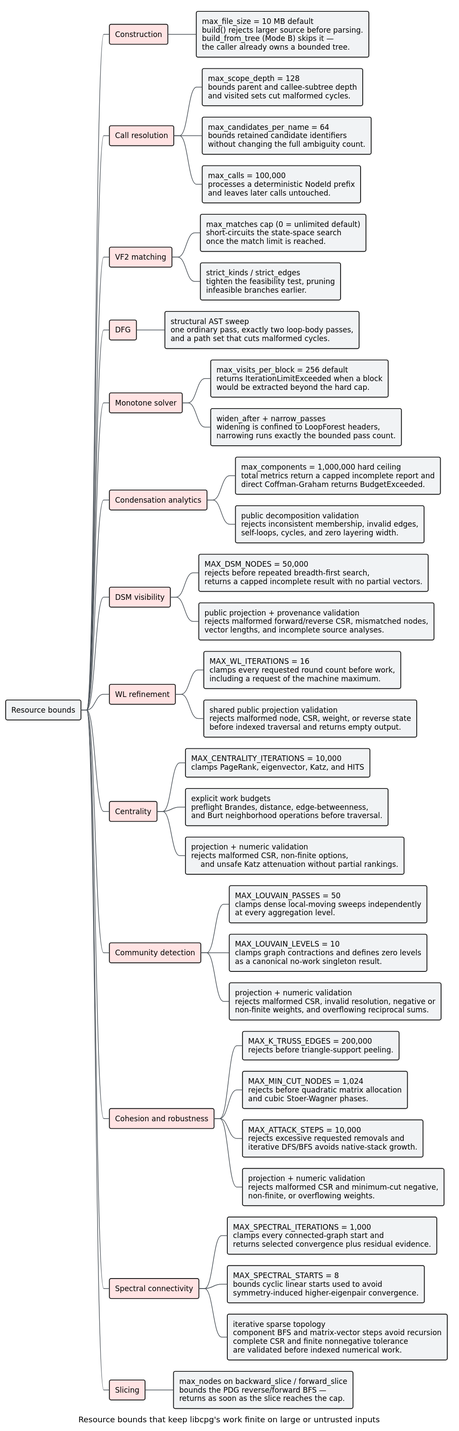
This is docs/diagrams/resource-bounds.svg from vinary-tree/libcpg, a PlantUML export, as it was before one commit. Its source is kept beside it as docs/diagrams/resource-bounds.puml.
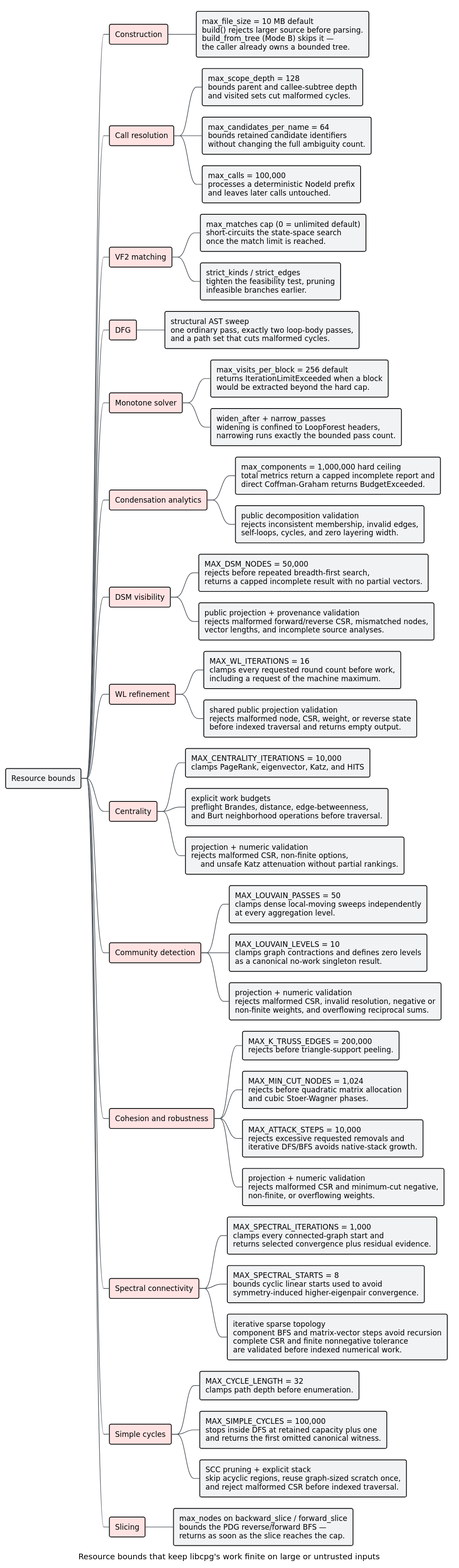
The same file after the commit.

Diff of the diagram source:
```diff
@@ -99,6 +99,15 @@
 component BFS and matrix-vector steps avoid recursion
 complete CSR and finite nonnegative tolerance
 are validated before indexed numerical work.;
+**[#FFE3E3] Simple cycles
+***[#F1F3F5]:MAX_CYCLE_LENGTH = 32
+clamps path depth before enumeration.;
+***[#F1F3F5]:MAX_SIMPLE_CYCLES = 100,000
+stops inside DFS at retained capacity plus one
+and returns the first omitted canonical witness.;
+***[#F1F3F5]:SCC pruning + explicit stack
+skip acyclic regions, reuse graph-sized scratch once,
+and reject malformed CSR before indexed traversal.;
 **[#FFE3E3] Slicing
 ***[#F1F3F5]:max_nodes on backward_slice / forward_slice
 bounds the PDG reverse/forward BFS —
```
